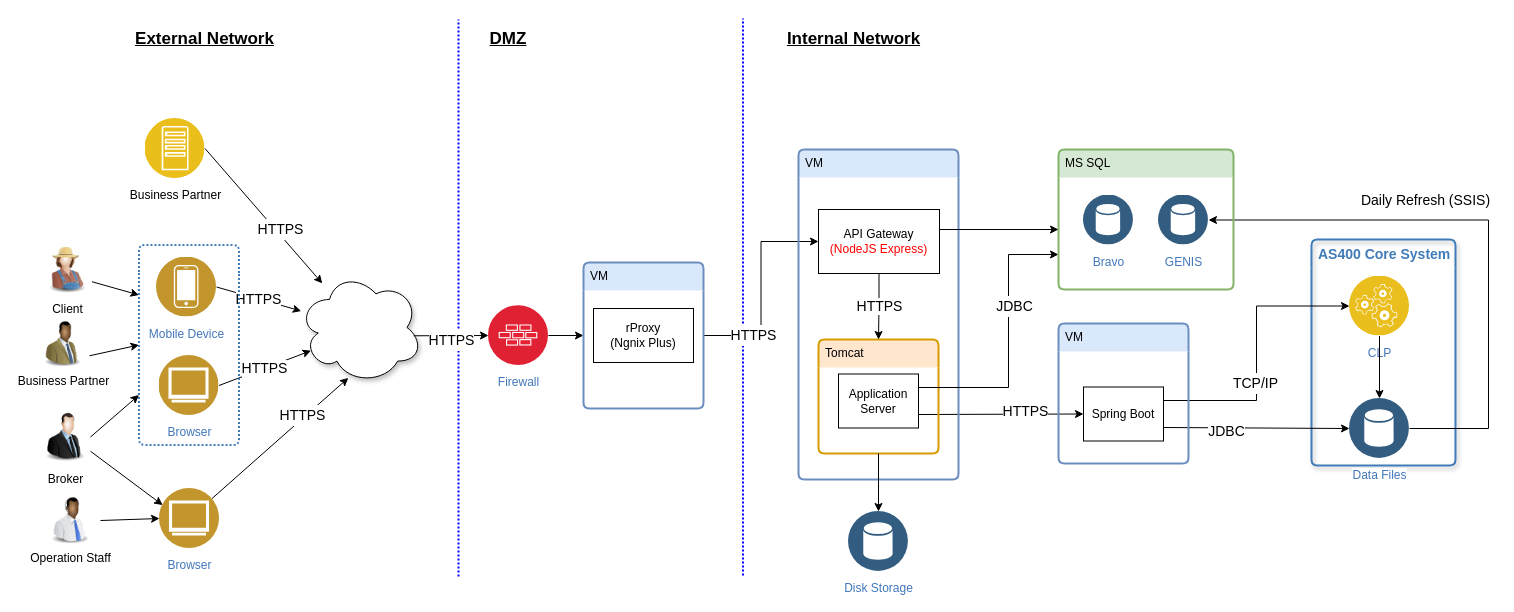
This is page "Physical Deployment" (2 of 2) of Bravo_Architecture (8).drawio from whalebig27/change-request-process-diagram, a draw.io file, before an edit. Source tidied: cells renumbered, new cells numbered last; positions are measured from the earlier drawing's top-left corner, leaving out a move shared by most shapes. Both pictures are drawn from the tidied source at 100%, with x=0, y=0 at pixel (36, 18).
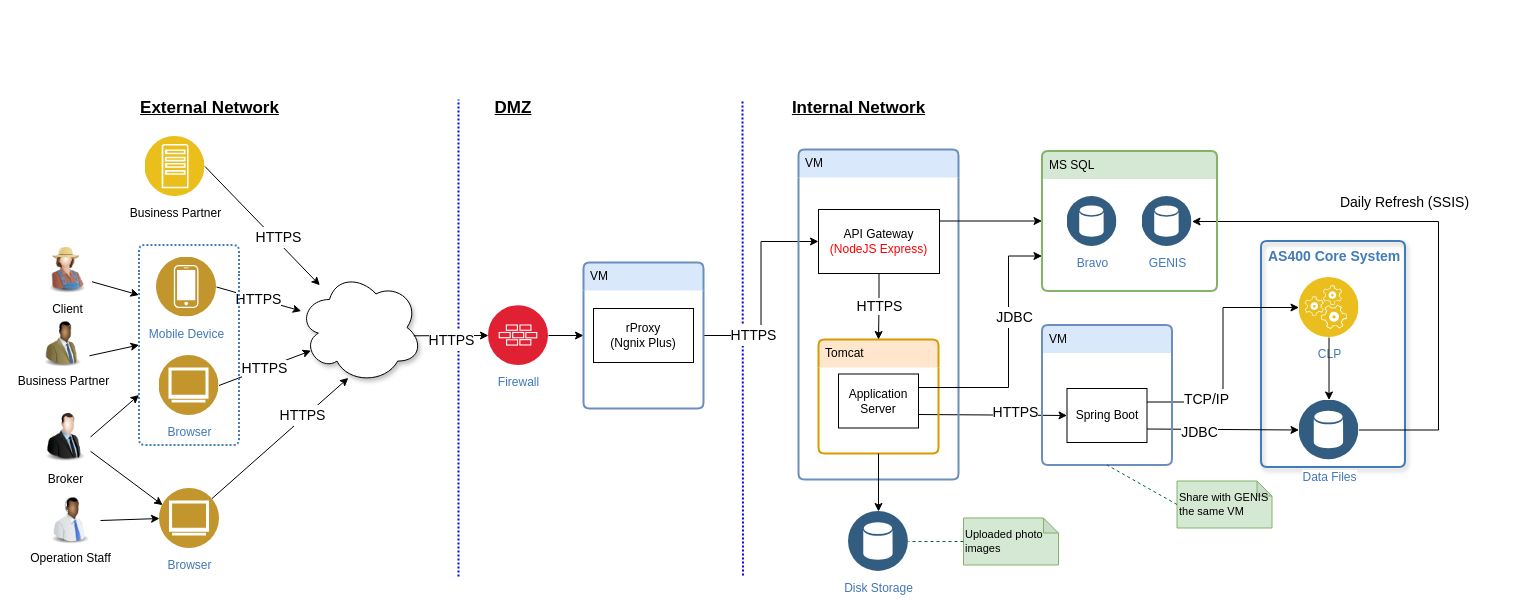
Above is the later version.

The change refers to these unchanged cells:
```xml
<mxCell id="13" value="Data Files" style="perimeter=ellipsePerimeter;html=1;align=center;shadow=0;dashed=0;fontColor=#4277BB;labelBackgroundColor=#ffffff;fontSize=12;spacingTop=3;image;image=img/lib/ibm/data/data_services.svg;strokeColor=#0000CC;strokeWidth=1;" parent="12" vertex="1">
  <mxGeometry x="38" y="159" width="60" height="60" as="geometry" />
</mxCell>
<mxCell id="41" value="&lt;span&gt;API Gateway&lt;/span&gt;&lt;br&gt;&lt;font color=&quot;#ff0000&quot;&gt;(NodeJS Express)&lt;/font&gt;&lt;br&gt;" style="rounded=0;whiteSpace=wrap;html=1;" parent="40" vertex="1">
  <mxGeometry x="20" y="60" width="121" height="64" as="geometry" />
</mxCell>
<mxCell id="43" value="Application Server&lt;br&gt;" style="rounded=0;whiteSpace=wrap;html=1;" parent="42" vertex="1">
  <mxGeometry x="20" y="34.5" width="80" height="54" as="geometry" />
</mxCell>
<mxCell id="57" value="Disk Storage" style="perimeter=ellipsePerimeter;html=1;align=center;shadow=0;dashed=0;fontColor=#4277BB;labelBackgroundColor=#ffffff;fontSize=12;spacingTop=3;image;image=img/lib/ibm/data/data_services.svg;" parent="1" vertex="1">
  <mxGeometry x="812" y="493" width="60" height="60" as="geometry" />
</mxCell>
<mxCell id="61" value="GENIS" style="perimeter=ellipsePerimeter;html=1;align=center;shadow=0;dashed=0;fontColor=#4277BB;labelBackgroundColor=#ffffff;fontSize=12;spacingTop=3;image;image=img/lib/ibm/data/data_services.svg;" parent="59" vertex="1">
  <mxGeometry x="100" y="45.5" width="50" height="50" as="geometry" />
</mxCell>
```

Change to the diagram source:
```diff
@@
     <mxCell id="9" value="&lt;font style=&quot;font-size: 12px&quot;&gt;&lt;font color=&quot;#000000&quot;&gt;Business Partner&lt;/font&gt;&lt;br&gt;&lt;/font&gt;" style="perimeter=ellipsePerimeter;html=1;align=center;shadow=0;dashed=0;fontColor=#4277BB;labelBackgroundColor=#ffffff;fontSize=12;spacingTop=3;image;image=img/lib/ibm/applications/app_server.svg;" parent="1" vertex="1">
-      <mxGeometry x="108.5" y="100" width="60" height="60" as="geometry" />
+      <mxGeometry x="108.5" y="118" width="60" height="60" as="geometry" />
     </mxCell>
@@
     <mxCell id="12" value="&lt;b&gt;&lt;font style=&quot;font-size: 14px&quot;&gt;AS400 Core System&lt;/font&gt;&lt;/b&gt;" style="swimlane;fontStyle=0;horizontal=1;startSize=28;swimlaneLine=0;swimlaneFillColor=none;fillColor=none;rounded=1;whiteSpace=wrap;html=1;absoluteArcSize=1;arcSize=12;strokeColor=#417CB9;fontColor=#417CB9;verticalAlign=top;align=left;spacingLeft=5;dashed=0;strokeWidth=2;shadow=1;" parent="1" vertex="1">
-      <mxGeometry x="1275" y="221" width="144" height="226" as="geometry" />
+      <mxGeometry x="1224.5" y="222.5" width="144" height="226" as="geometry" />
     </mxCell>
@@
     <mxCell id="32" style="endArrow=none;dashed=1;html=1;strokeWidth=2;dashPattern=1 1;strokeColor=#0000FF;" parent="1" edge="1">
       <mxGeometry relative="1" as="geometry">
         <mxPoint x="422" y="558" as="sourcePoint" />
-        <mxPoint x="422" y="1" as="targetPoint" />
+        <mxPoint x="422" y="81" as="targetPoint" />
       </mxGeometry>
     </mxCell>
     <mxCell id="33" style="endArrow=none;dashed=1;html=1;strokeWidth=2;dashPattern=1 1;strokeColor=#0000FF;" parent="1" edge="1">
       <mxGeometry relative="1" as="geometry">
         <mxPoint x="706.5" y="557" as="sourcePoint" />
-        <mxPoint x="706.5" as="targetPoint" />
+        <mxPoint x="706" y="81" as="targetPoint" />
       </mxGeometry>
     </mxCell>
@@
     <mxCell id="45" value="&lt;font style=&quot;font-size: 17px;&quot;&gt;DMZ&lt;/font&gt;" style="text;html=1;strokeColor=none;fillColor=none;align=center;verticalAlign=middle;whiteSpace=wrap;rounded=0;fontSize=17;fontStyle=5;" parent="1" vertex="1">
-      <mxGeometry x="452" y="11" width="40" height="20" as="geometry" />
+      <mxGeometry x="457" y="80" width="40" height="20" as="geometry" />
     </mxCell>
     <mxCell id="46" value="&lt;font style=&quot;font-size: 17px;&quot;&gt;Internal Network&lt;/font&gt;" style="text;html=1;strokeColor=none;fillColor=none;align=center;verticalAlign=middle;whiteSpace=wrap;rounded=0;fontSize=17;fontStyle=5;" parent="1" vertex="1">
-      <mxGeometry x="713" y="11" width="209" height="20" as="geometry" />
+      <mxGeometry x="718" y="80" width="209" height="20" as="geometry" />
     </mxCell>
     <mxCell id="47" value="VM" style="swimlane;fontStyle=0;horizontal=1;startSize=28;swimlaneLine=0;swimlaneFillColor=none;fillColor=#dae8fc;rounded=1;whiteSpace=wrap;html=1;absoluteArcSize=1;arcSize=12;strokeColor=#6c8ebf;verticalAlign=top;align=left;spacingLeft=5;dashed=0;strokeWidth=2;shadow=0;dashPattern=1 1;" parent="1" vertex="1">
-      <mxGeometry x="1022" y="305" width="130" height="140" as="geometry" />
+      <mxGeometry x="1005.5" y="306.5" width="130" height="140" as="geometry" />
     </mxCell>
@@
     <mxCell id="49" style="edgeStyle=orthogonalEdgeStyle;rounded=0;jettySize=auto;html=1;exitX=1;exitY=0.25;exitDx=0;exitDy=0;entryX=0;entryY=0.75;entryDx=0;entryDy=0;" parent="1" edge="1" source="43" target="59">
       <mxGeometry relative="1" as="geometry">
         <Array as="points">
           <mxPoint x="972" y="369" />
-          <mxPoint x="972" y="236" />
+          <mxPoint x="972" y="237" />
         </Array>
       </mxGeometry>
     </mxCell>
@@
     <mxCell id="51" style="edgeStyle=orthogonalEdgeStyle;rounded=0;jettySize=auto;html=1;exitX=1;exitY=0.5;exitDx=0;exitDy=0;entryX=1;entryY=0.5;entryDx=0;entryDy=0;" parent="1" edge="1" source="13" target="61">
       <mxGeometry relative="1" as="geometry">
         <Array as="points">
-          <mxPoint x="1452" y="410" />
-          <mxPoint x="1452" y="202" />
+          <mxPoint x="1402" y="412" />
+          <mxPoint x="1402" y="203" />
         </Array>
       </mxGeometry>
     </mxCell>
@@
     <mxCell id="56" value="&lt;font style=&quot;font-size: 17px;&quot;&gt;External Network&lt;/font&gt;" style="text;html=1;strokeColor=none;fillColor=none;align=center;verticalAlign=middle;whiteSpace=wrap;rounded=0;fontSize=17;fontStyle=5;" parent="1" vertex="1">
-      <mxGeometry x="64" y="11" width="209" height="20" as="geometry" />
+      <mxGeometry x="69" y="80" width="209" height="20" as="geometry" />
     </mxCell>
@@
     <mxCell id="59" value="MS SQL" style="swimlane;fontStyle=0;horizontal=1;startSize=28;swimlaneLine=0;swimlaneFillColor=none;fillColor=#d5e8d4;rounded=1;whiteSpace=wrap;html=1;absoluteArcSize=1;arcSize=12;strokeColor=#82b366;verticalAlign=top;align=left;spacingLeft=5;dashed=0;strokeWidth=2;" parent="1" vertex="1">
-      <mxGeometry x="1022" y="131" width="175" height="140" as="geometry" />
+      <mxGeometry x="1005.5" y="132.5" width="175" height="140" as="geometry" />
     </mxCell>
@@
-    <mxCell id="62" style="edgeStyle=orthogonalEdgeStyle;rounded=0;jettySize=auto;html=1;exitX=1;exitY=0.25;exitDx=0;exitDy=0;" parent="1" edge="1" source="41">
+    <mxCell id="62" style="edgeStyle=orthogonalEdgeStyle;rounded=0;jettySize=auto;html=1;exitX=1;exitY=0.25;exitDx=0;exitDy=0;entryX=0;entryY=0.5;entryDx=0;entryDy=0;" parent="1" edge="1" source="41" target="59">
       <mxGeometry relative="1" as="geometry">
-        <mxPoint x="1022" y="211" as="targetPoint" />
         <Array as="points">
-          <mxPoint x="903" y="211" />
+          <mxPoint x="903" y="203" />
         </Array>
       </mxGeometry>
     </mxCell>
+    <mxCell id="63" value="Share with GENIS the same VM" style="shape=note;whiteSpace=wrap;html=1;backgroundOutline=1;darkOpacity=0.05;size=15;fillColor=#d5e8d4;strokeColor=#82b366;fontSize=11;align=left;" parent="1" vertex="1">
+      <mxGeometry x="1140.5" y="462.5" width="95" height="47" as="geometry" />
+    </mxCell>
+    <mxCell id="64" style="endArrow=none;dashed=1;html=1;fontSize=11;entryX=0.5;entryY=1;entryDx=0;entryDy=0;exitX=0;exitY=0.5;exitDx=0;exitDy=0;exitPerimeter=0;strokeColor=#006633;" parent="1" edge="1" source="63" target="47">
+      <mxGeometry relative="1" as="geometry" />
+    </mxCell>
+    <mxCell id="65" value="Uploaded photo images" style="shape=note;whiteSpace=wrap;html=1;backgroundOutline=1;darkOpacity=0.05;size=15;fillColor=#d5e8d4;strokeColor=#82b366;fontSize=11;align=left;" parent="1" vertex="1">
+      <mxGeometry x="927" y="499.5" width="95" height="47" as="geometry" />
+    </mxCell>
+    <mxCell id="66" style="endArrow=none;dashed=1;html=1;fontSize=11;entryX=1;entryY=0.5;entryDx=0;entryDy=0;exitX=0;exitY=0.5;exitDx=0;exitDy=0;exitPerimeter=0;strokeColor=#006633;" parent="1" edge="1" source="65" target="57">
+      <mxGeometry relative="1" as="geometry" />
+    </mxCell>
```
